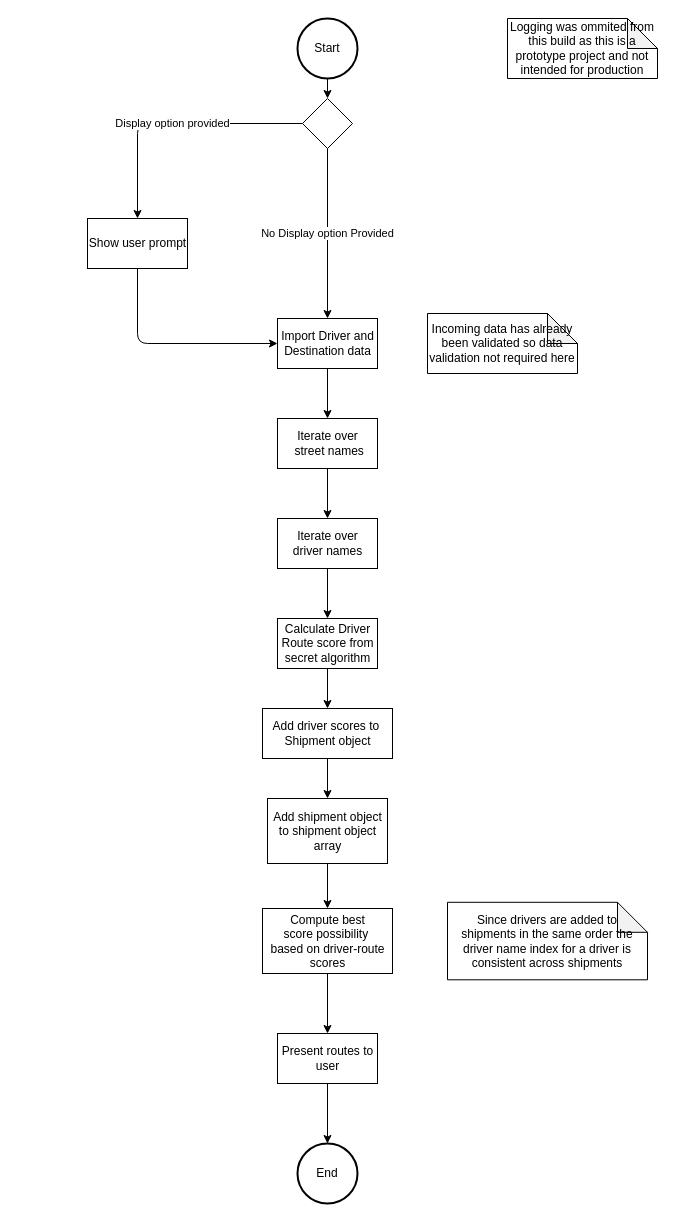
Earlier version of the draw.io diagram uml/UML.dio (jhutch2342/PlatSciSecretAlgo). Source tidied: cells renumbered, new cells numbered last; positions are measured from the earlier drawing's top-left corner, leaving out a move shared by most shapes. Both pictures are drawn from the tidied source at 100%, with x=0, y=0 at pixel (87, 18).
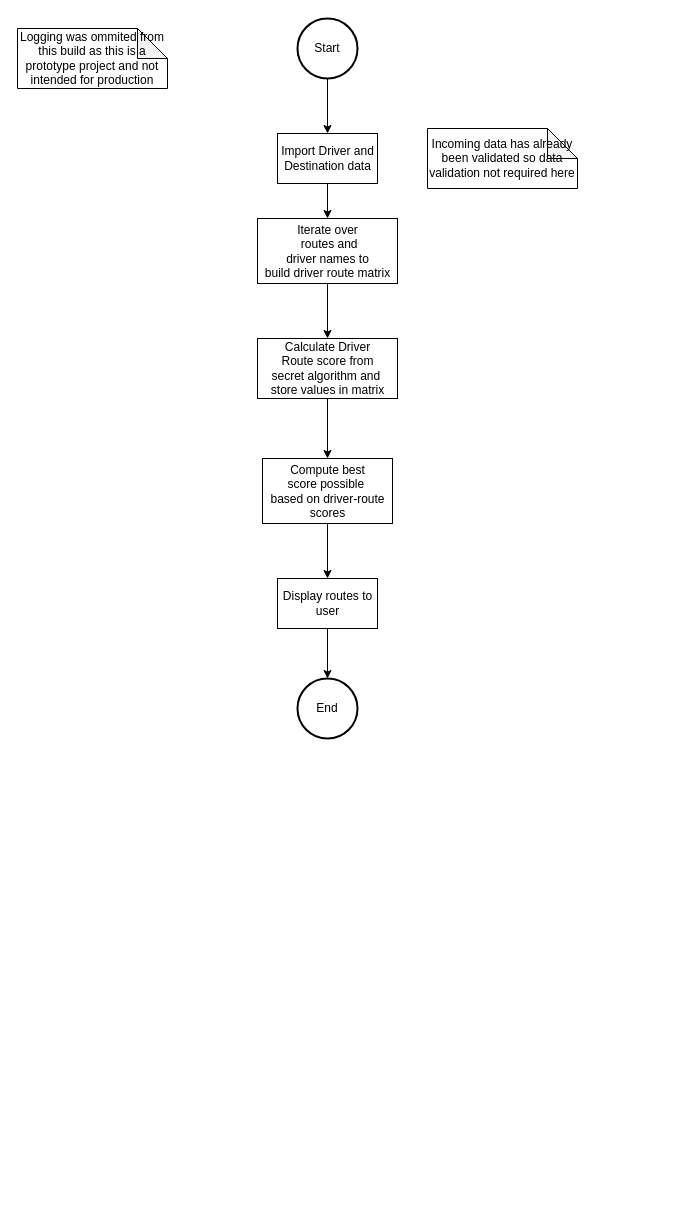
After the change.

The change refers to these unchanged cells:
```xml
<mxCell id="3" value="Start" style="strokeWidth=2;html=1;shape=mxgraph.flowchart.start_2;whiteSpace=wrap;" parent="1" vertex="1">
  <mxGeometry x="210" width="60" height="60" as="geometry" />
</mxCell>
```

Change to the diagram source:
```diff
@@
-    <mxCell id="2" style="edgeStyle=none;html=1;entryX=0.5;entryY=0;entryDx=0;entryDy=0;" parent="1" edge="1" source="3" target="8">
+    <mxCell id="2" style="edgeStyle=none;html=1;entryX=0.5;entryY=0;entryDx=0;entryDy=0;" parent="1" edge="1" source="3" target="5">
       <mxGeometry relative="1" as="geometry" />
     </mxCell>
@@
     <mxCell id="5" value="Import Driver and&lt;br&gt;Destination data" style="html=1;dashed=0;whitespace=wrap;" parent="1" vertex="1">
-      <mxGeometry x="190" y="300" width="100" height="50" as="geometry" />
+      <mxGeometry x="190" y="115" width="100" height="50" as="geometry" />
     </mxCell>
-    <mxCell id="6" value="Display option provided" style="edgeStyle=none;html=1;" parent="1" edge="1" source="8" target="10">
-      <mxGeometry relative="1" as="geometry">
-        <Array as="points">
-          <mxPoint x="50" y="105" />
-        </Array>
-      </mxGeometry>
-    </mxCell>
-    <mxCell id="7" value="No Display option Provided" style="edgeStyle=none;html=1;" parent="1" edge="1" source="8" target="5">
-      <mxGeometry relative="1" as="geometry" />
-    </mxCell>
-    <mxCell id="8" style="rhombus;whiteSpace=wrap;html=1;" parent="1" vertex="1">
-      <mxGeometry x="215" y="80" width="50" height="50" as="geometry" />
-    </mxCell>
-    <mxCell id="9" style="edgeStyle=none;html=1;entryX=0;entryY=0.5;entryDx=0;entryDy=0;" parent="1" edge="1" source="10" target="5">
-      <mxGeometry relative="1" as="geometry">
-        <Array as="points">
-          <mxPoint x="50" y="325" />
-        </Array>
-      </mxGeometry>
-    </mxCell>
-    <mxCell id="10" value="Show user prompt" style="html=1;dashed=0;whitespace=wrap;" parent="1" vertex="1">
-      <mxGeometry y="200" width="100" height="50" as="geometry" />
-    </mxCell>
     <mxCell id="11" value="Incoming data has already been validated so data validation not required here" style="shape=note;whiteSpace=wrap;html=1;backgroundOutline=1;darkOpacity=0.05;" parent="1" vertex="1">
-      <mxGeometry x="340" y="295" width="150" height="60" as="geometry" />
+      <mxGeometry x="340" y="110" width="150" height="60" as="geometry" />
     </mxCell>
-    <mxCell id="12" style="edgeStyle=none;html=1;" parent="1" edge="1" source="13" target="15">
+    <mxCell id="12" style="edgeStyle=none;html=1;entryX=0.5;entryY=0;entryDx=0;entryDy=0;" parent="1" edge="1" source="13" target="17">
       <mxGeometry relative="1" as="geometry" />
     </mxCell>
-    <mxCell id="13" value="Iterate over&lt;br&gt;&amp;nbsp;street names" style="html=1;dashed=0;whitespace=wrap;" parent="1" vertex="1">
-      <mxGeometry x="190" y="400" width="100" height="50" as="geometry" />
+    <mxCell id="13" value="Iterate over&lt;br&gt;&amp;nbsp;routes and&lt;br&gt;driver names to&lt;br&gt;build driver route matrix" style="html=1;dashed=0;whitespace=wrap;" parent="1" vertex="1">
+      <mxGeometry x="170" y="200" width="140" height="65" as="geometry" />
     </mxCell>
-    <mxCell id="14" style="edgeStyle=none;html=1;entryX=0.5;entryY=0;entryDx=0;entryDy=0;" parent="1" edge="1" source="15" target="17">
-      <mxGeometry relative="1" as="geometry" />
-    </mxCell>
-    <mxCell id="15" value="Iterate over&lt;br&gt;driver names" style="html=1;dashed=0;whitespace=wrap;" parent="1" vertex="1">
-      <mxGeometry x="190" y="500" width="100" height="50" as="geometry" />
-    </mxCell>
-    <mxCell id="16" style="edgeStyle=none;html=1;entryX=0.5;entryY=0;entryDx=0;entryDy=0;" parent="1" edge="1" source="17" target="19">
-      <mxGeometry relative="1" as="geometry" />
-    </mxCell>
-    <mxCell id="17" value="Calculate Driver&lt;br&gt;Route score from&lt;br&gt;secret algorithm" style="html=1;dashed=0;whitespace=wrap;" parent="1" vertex="1">
-      <mxGeometry x="190" y="600" width="100" height="50" as="geometry" />
+    <mxCell id="17" value="Calculate Driver&lt;br&gt;Route score from&lt;br&gt;secret algorithm and&amp;nbsp;&lt;br&gt;store values in matrix" style="html=1;dashed=0;whitespace=wrap;" parent="1" vertex="1">
+      <mxGeometry x="170" y="320" width="140" height="60" as="geometry" />
     </mxCell>
-    <mxCell id="18" style="edgeStyle=none;html=1;entryX=0.5;entryY=0;entryDx=0;entryDy=0;" parent="1" edge="1" source="19" target="26">
-      <mxGeometry relative="1" as="geometry" />
-    </mxCell>
-    <mxCell id="19" value="Add driver scores to&amp;nbsp;&lt;br&gt;Shipment object" style="html=1;dashed=0;whitespace=wrap;" parent="1" vertex="1">
-      <mxGeometry x="175" y="690" width="130" height="50" as="geometry" />
-    </mxCell>
@@
-    <mxCell id="21" value="Compute best&lt;br&gt;score possibility&amp;nbsp;&lt;br&gt;based on driver-route&lt;br&gt;scores" style="html=1;dashed=0;whitespace=wrap;" parent="1" vertex="1">
-      <mxGeometry x="175" y="890" width="130" height="65" as="geometry" />
+    <mxCell id="21" value="Compute best&lt;br&gt;score possible&amp;nbsp;&lt;br&gt;based on driver-route&lt;br&gt;scores" style="html=1;dashed=0;whitespace=wrap;" parent="1" vertex="1">
+      <mxGeometry x="175" y="440" width="130" height="65" as="geometry" />
     </mxCell>
@@
-    <mxCell id="23" value="Present routes to&lt;br&gt;user" style="html=1;dashed=0;whitespace=wrap;" parent="1" vertex="1">
-      <mxGeometry x="190" y="1015" width="100" height="50" as="geometry" />
+    <mxCell id="23" value="Display routes to&lt;br&gt;user" style="html=1;dashed=0;whitespace=wrap;" parent="1" vertex="1">
+      <mxGeometry x="190" y="560" width="100" height="50" as="geometry" />
     </mxCell>
     <mxCell id="24" value="End" style="strokeWidth=2;html=1;shape=mxgraph.flowchart.start_2;whiteSpace=wrap;" parent="1" vertex="1">
-      <mxGeometry x="210" y="1125" width="60" height="60" as="geometry" />
+      <mxGeometry x="210" y="660" width="60" height="60" as="geometry" />
     </mxCell>
-    <mxCell id="25" style="edgeStyle=none;html=1;entryX=0.5;entryY=0;entryDx=0;entryDy=0;" parent="1" edge="1" source="26" target="21">
+    <mxCell id="25" style="edgeStyle=none;html=1;entryX=0.5;entryY=0;entryDx=0;entryDy=0;exitX=0.5;exitY=1;exitDx=0;exitDy=0;" parent="1" edge="1" source="17" target="21">
       <mxGeometry relative="1" as="geometry" />
     </mxCell>
-    <mxCell id="26" value="Add shipment object&lt;br&gt;to shipment object&lt;br&gt;array" style="html=1;dashed=0;whitespace=wrap;" parent="1" vertex="1">
-      <mxGeometry x="180" y="780" width="120" height="65" as="geometry" />
-    </mxCell>
     <mxCell id="27" value="Logging was ommited from this build as this is a prototype project and not intended for production" style="shape=note;whiteSpace=wrap;html=1;backgroundOutline=1;darkOpacity=0.05;" parent="1" vertex="1">
-      <mxGeometry x="420" width="150" height="60" as="geometry" />
+      <mxGeometry x="-70" y="10" width="150" height="60" as="geometry" />
     </mxCell>
-    <mxCell id="28" value="Since drivers are added to shipments in the same order the driver name index for a driver is consistent across shipments" style="shape=note;whiteSpace=wrap;html=1;backgroundOutline=1;darkOpacity=0.05;" parent="1" vertex="1">
-      <mxGeometry x="360" y="883.8" width="200" height="77.5" as="geometry" />
-    </mxCell>
```
